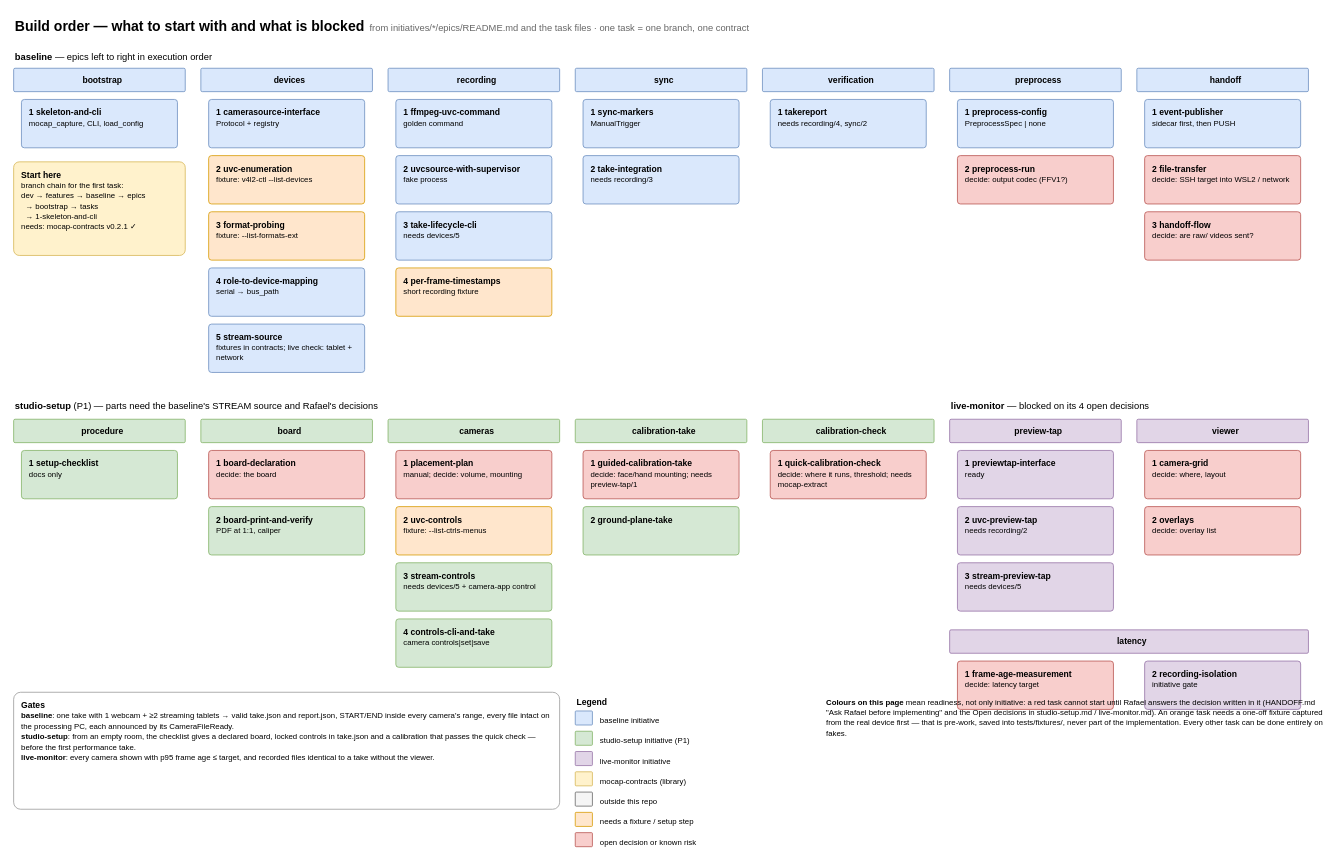
rafaelchiafarelli/mocap-capture keeps this draw.io diagram as page "4 · Build order" (4 of 4) of docs/recorder-pc.drawio. Above is the earlier version. Source tidied: cells renumbered, new cells numbered last; positions are measured from the earlier drawing's top-left corner, leaving out a move shared by most shapes. Both pictures are drawn from the tidied source at 78%, with x=0, y=0 at pixel (13, 13).
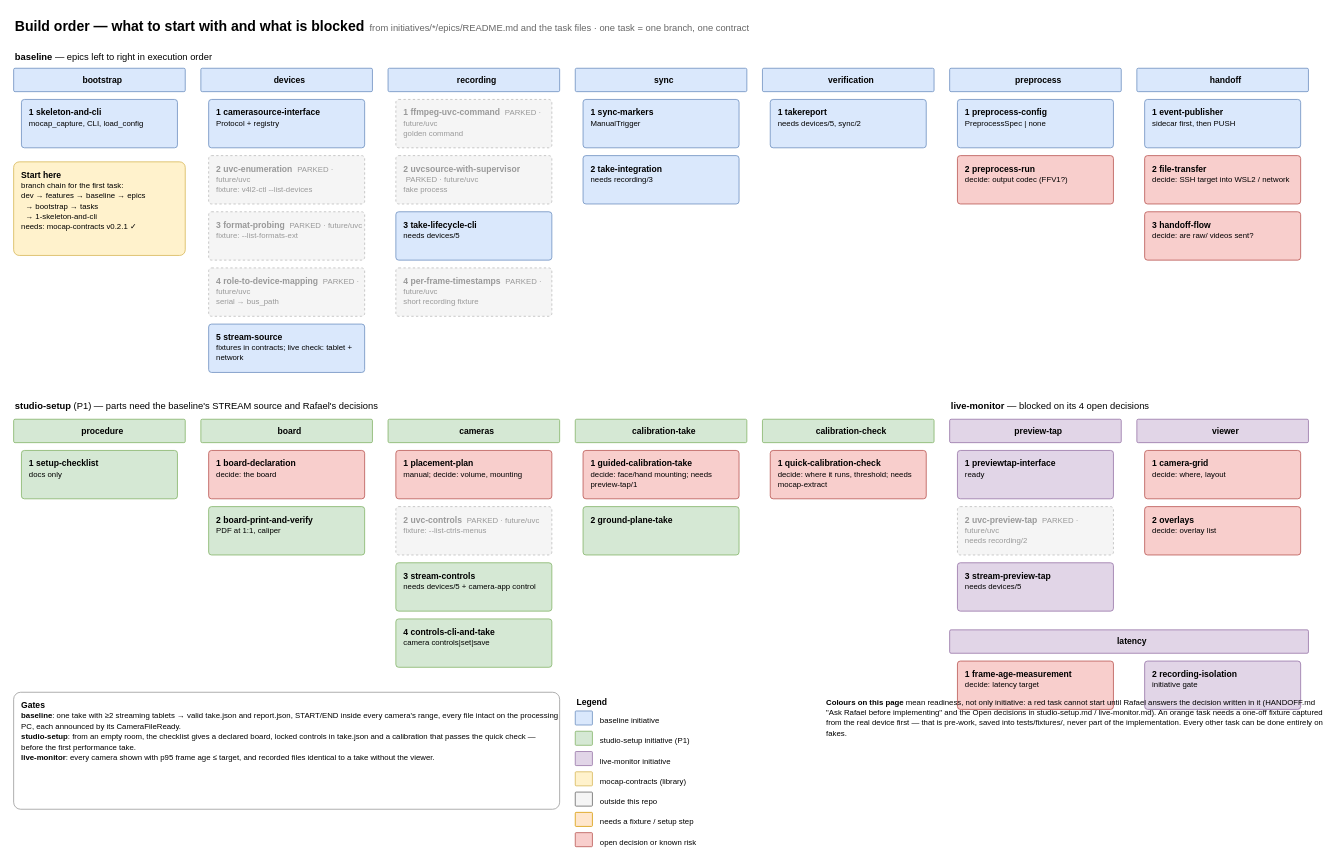
After the change.

What changed in the source:
```diff
@@
-    <mxCell id="8" value="&lt;b&gt;2 uvc-enumeration&lt;/b&gt;&lt;br&gt;&lt;font style='font-size:10px'&gt;fixture: v4l2-ctl --list-devices&lt;/font&gt;" style="rounded=1;whiteSpace=wrap;html=1;arcSize=6;align=left;verticalAlign=top;spacingLeft=8;spacingTop=4;fontSize=11;fillColor=#ffe6cc;strokeColor=#d79b00;" parent="1" vertex="1">
+    <mxCell id="8" value="&lt;b&gt;2 uvc-enumeration&lt;/b&gt; &amp;nbsp;&lt;font color='#999999' style='font-size:10px'&gt;PARKED · future/uvc&lt;/font&gt;&lt;br&gt;&lt;font style='font-size:10px'&gt;fixture: v4l2-ctl --list-devices&lt;/font&gt;" style="rounded=1;whiteSpace=wrap;html=1;arcSize=6;align=left;verticalAlign=top;spacingLeft=8;spacingTop=4;fontSize=11;fillColor=#f5f5f5;strokeColor=#bbbbbb;fontColor=#999999;dashed=1;" parent="1" vertex="1">
       <mxGeometry x="250" y="182" width="200" height="62" as="geometry" />
     </mxCell>
-    <mxCell id="9" value="&lt;b&gt;3 format-probing&lt;/b&gt;&lt;br&gt;&lt;font style='font-size:10px'&gt;fixture: --list-formats-ext&lt;/font&gt;" style="rounded=1;whiteSpace=wrap;html=1;arcSize=6;align=left;verticalAlign=top;spacingLeft=8;spacingTop=4;fontSize=11;fillColor=#ffe6cc;strokeColor=#d79b00;" parent="1" vertex="1">
+    <mxCell id="9" value="&lt;b&gt;3 format-probing&lt;/b&gt; &amp;nbsp;&lt;font color='#999999' style='font-size:10px'&gt;PARKED · future/uvc&lt;/font&gt;&lt;br&gt;&lt;font style='font-size:10px'&gt;fixture: --list-formats-ext&lt;/font&gt;" style="rounded=1;whiteSpace=wrap;html=1;arcSize=6;align=left;verticalAlign=top;spacingLeft=8;spacingTop=4;fontSize=11;fillColor=#f5f5f5;strokeColor=#bbbbbb;fontColor=#999999;dashed=1;" parent="1" vertex="1">
       <mxGeometry x="250" y="254" width="200" height="62" as="geometry" />
     </mxCell>
-    <mxCell id="10" value="&lt;b&gt;4 role-to-device-mapping&lt;/b&gt;&lt;br&gt;&lt;font style='font-size:10px'&gt;serial → bus_path&lt;/font&gt;" style="rounded=1;whiteSpace=wrap;html=1;arcSize=6;align=left;verticalAlign=top;spacingLeft=8;spacingTop=4;fontSize=11;fillColor=#dae8fc;strokeColor=#6c8ebf;" parent="1" vertex="1">
+    <mxCell id="10" value="&lt;b&gt;4 role-to-device-mapping&lt;/b&gt; &amp;nbsp;&lt;font color='#999999' style='font-size:10px'&gt;PARKED · future/uvc&lt;/font&gt;&lt;br&gt;&lt;font style='font-size:10px'&gt;serial → bus_path&lt;/font&gt;" style="rounded=1;whiteSpace=wrap;html=1;arcSize=6;align=left;verticalAlign=top;spacingLeft=8;spacingTop=4;fontSize=11;fillColor=#f5f5f5;strokeColor=#bbbbbb;fontColor=#999999;dashed=1;" parent="1" vertex="1">
       <mxGeometry x="250" y="326" width="200" height="62" as="geometry" />
     </mxCell>
@@
-    <mxCell id="13" value="&lt;b&gt;1 ffmpeg-uvc-command&lt;/b&gt;&lt;br&gt;&lt;font style='font-size:10px'&gt;golden command&lt;/font&gt;" style="rounded=1;whiteSpace=wrap;html=1;arcSize=6;align=left;verticalAlign=top;spacingLeft=8;spacingTop=4;fontSize=11;fillColor=#dae8fc;strokeColor=#6c8ebf;" parent="1" vertex="1">
+    <mxCell id="13" value="&lt;b&gt;1 ffmpeg-uvc-command&lt;/b&gt; &amp;nbsp;&lt;font color='#999999' style='font-size:10px'&gt;PARKED · future/uvc&lt;/font&gt;&lt;br&gt;&lt;font style='font-size:10px'&gt;golden command&lt;/font&gt;" style="rounded=1;whiteSpace=wrap;html=1;arcSize=6;align=left;verticalAlign=top;spacingLeft=8;spacingTop=4;fontSize=11;fillColor=#f5f5f5;strokeColor=#bbbbbb;fontColor=#999999;dashed=1;" parent="1" vertex="1">
       <mxGeometry x="490" y="110" width="200" height="62" as="geometry" />
     </mxCell>
-    <mxCell id="14" value="&lt;b&gt;2 uvcsource-with-supervisor&lt;/b&gt;&lt;br&gt;&lt;font style='font-size:10px'&gt;fake process&lt;/font&gt;" style="rounded=1;whiteSpace=wrap;html=1;arcSize=6;align=left;verticalAlign=top;spacingLeft=8;spacingTop=4;fontSize=11;fillColor=#dae8fc;strokeColor=#6c8ebf;" parent="1" vertex="1">
+    <mxCell id="14" value="&lt;b&gt;2 uvcsource-with-supervisor&lt;/b&gt; &amp;nbsp;&lt;font color='#999999' style='font-size:10px'&gt;PARKED · future/uvc&lt;/font&gt;&lt;br&gt;&lt;font style='font-size:10px'&gt;fake process&lt;/font&gt;" style="rounded=1;whiteSpace=wrap;html=1;arcSize=6;align=left;verticalAlign=top;spacingLeft=8;spacingTop=4;fontSize=11;fillColor=#f5f5f5;strokeColor=#bbbbbb;fontColor=#999999;dashed=1;" parent="1" vertex="1">
       <mxGeometry x="490" y="182" width="200" height="62" as="geometry" />
     </mxCell>
@@
-    <mxCell id="16" value="&lt;b&gt;4 per-frame-timestamps&lt;/b&gt;&lt;br&gt;&lt;font style='font-size:10px'&gt;short recording fixture&lt;/font&gt;" style="rounded=1;whiteSpace=wrap;html=1;arcSize=6;align=left;verticalAlign=top;spacingLeft=8;spacingTop=4;fontSize=11;fillColor=#ffe6cc;strokeColor=#d79b00;" parent="1" vertex="1">
+    <mxCell id="16" value="&lt;b&gt;4 per-frame-timestamps&lt;/b&gt; &amp;nbsp;&lt;font color='#999999' style='font-size:10px'&gt;PARKED · future/uvc&lt;/font&gt;&lt;br&gt;&lt;font style='font-size:10px'&gt;short recording fixture&lt;/font&gt;" style="rounded=1;whiteSpace=wrap;html=1;arcSize=6;align=left;verticalAlign=top;spacingLeft=8;spacingTop=4;fontSize=11;fillColor=#f5f5f5;strokeColor=#bbbbbb;fontColor=#999999;dashed=1;" parent="1" vertex="1">
       <mxGeometry x="490" y="326" width="200" height="62" as="geometry" />
     </mxCell>
@@
-    <mxCell id="21" value="&lt;b&gt;1 takereport&lt;/b&gt;&lt;br&gt;&lt;font style='font-size:10px'&gt;needs recording/4, sync/2&lt;/font&gt;" style="rounded=1;whiteSpace=wrap;html=1;arcSize=6;align=left;verticalAlign=top;spacingLeft=8;spacingTop=4;fontSize=11;fillColor=#dae8fc;strokeColor=#6c8ebf;" parent="1" vertex="1">
+    <mxCell id="21" value="&lt;b&gt;1 takereport&lt;/b&gt;&lt;br&gt;&lt;font style='font-size:10px'&gt;needs devices/5, sync/2&lt;/font&gt;" style="rounded=1;whiteSpace=wrap;html=1;arcSize=6;align=left;verticalAlign=top;spacingLeft=8;spacingTop=4;fontSize=11;fillColor=#dae8fc;strokeColor=#6c8ebf;" parent="1" vertex="1">
       <mxGeometry x="970" y="110" width="200" height="62" as="geometry" />
     </mxCell>
@@
-    <mxCell id="38" value="&lt;b&gt;2 uvc-controls&lt;/b&gt;&lt;br&gt;&lt;font style='font-size:10px'&gt;fixture: --list-ctrls-menus&lt;/font&gt;" style="rounded=1;whiteSpace=wrap;html=1;arcSize=6;align=left;verticalAlign=top;spacingLeft=8;spacingTop=4;fontSize=11;fillColor=#ffe6cc;strokeColor=#d79b00;" parent="1" vertex="1">
+    <mxCell id="38" value="&lt;b&gt;2 uvc-controls&lt;/b&gt; &amp;nbsp;&lt;font color='#999999' style='font-size:10px'&gt;PARKED · future/uvc&lt;/font&gt;&lt;br&gt;&lt;font style='font-size:10px'&gt;fixture: --list-ctrls-menus&lt;/font&gt;" style="rounded=1;whiteSpace=wrap;html=1;arcSize=6;align=left;verticalAlign=top;spacingLeft=8;spacingTop=4;fontSize=11;fillColor=#f5f5f5;strokeColor=#bbbbbb;fontColor=#999999;dashed=1;" parent="1" vertex="1">
       <mxGeometry x="490" y="632" width="200" height="62" as="geometry" />
     </mxCell>
@@
-    <mxCell id="49" value="&lt;b&gt;2 uvc-preview-tap&lt;/b&gt;&lt;br&gt;&lt;font style='font-size:10px'&gt;needs recording/2&lt;/font&gt;" style="rounded=1;whiteSpace=wrap;html=1;arcSize=6;align=left;verticalAlign=top;spacingLeft=8;spacingTop=4;fontSize=11;fillColor=#e1d5e7;strokeColor=#9673a6;" parent="1" vertex="1">
+    <mxCell id="49" value="&lt;b&gt;2 uvc-preview-tap&lt;/b&gt; &amp;nbsp;&lt;font color='#999999' style='font-size:10px'&gt;PARKED · future/uvc&lt;/font&gt;&lt;br&gt;&lt;font style='font-size:10px'&gt;needs recording/2&lt;/font&gt;" style="rounded=1;whiteSpace=wrap;html=1;arcSize=6;align=left;verticalAlign=top;spacingLeft=8;spacingTop=4;fontSize=11;fillColor=#f5f5f5;strokeColor=#bbbbbb;fontColor=#999999;dashed=1;" parent="1" vertex="1">
       <mxGeometry x="1210" y="632" width="200" height="62" as="geometry" />
     </mxCell>
@@
-    <mxCell id="57" value="&lt;b&gt;Gates&lt;/b&gt;&lt;br&gt;&lt;font style='font-size:10px'&gt;&lt;b&gt;baseline&lt;/b&gt;: one take with 1 webcam + ≥2 streaming tablets → valid take.json and report.json, START/END inside every camera's range, every file intact on the processing PC, each announced by its CameraFileReady.&lt;br&gt;&lt;b&gt;studio-setup&lt;/b&gt;: from an empty room, the checklist gives a declared board, locked controls in take.json and a calibration that passes the quick check — before the first performance take.&lt;br&gt;&lt;b&gt;live-monitor&lt;/b&gt;: every camera shown with p95 frame age ≤ target, and recorded files identical to a take without the viewer.&lt;/font&gt;" style="rounded=1;whiteSpace=wrap;html=1;arcSize=6;align=left;verticalAlign=top;spacingLeft=8;spacingTop=4;fontSize=11;fillColor=#ffffff;strokeColor=#999999;" parent="1" vertex="1">
+    <mxCell id="57" value="&lt;b&gt;Gates&lt;/b&gt;&lt;br&gt;&lt;font style='font-size:10px'&gt;&lt;b&gt;baseline&lt;/b&gt;: one take with ≥2 streaming tablets → valid take.json and report.json, START/END inside every camera's range, every file intact on the processing PC, each announced by its CameraFileReady.&lt;br&gt;&lt;b&gt;studio-setup&lt;/b&gt;: from an empty room, the checklist gives a declared board, locked controls in take.json and a calibration that passes the quick check — before the first performance take.&lt;br&gt;&lt;b&gt;live-monitor&lt;/b&gt;: every camera shown with p95 frame age ≤ target, and recorded files identical to a take without the viewer.&lt;/font&gt;" style="rounded=1;whiteSpace=wrap;html=1;arcSize=6;align=left;verticalAlign=top;spacingLeft=8;spacingTop=4;fontSize=11;fillColor=#ffffff;strokeColor=#999999;" parent="1" vertex="1">
       <mxGeometry y="870" width="700" height="150" as="geometry" />
     </mxCell>
```
